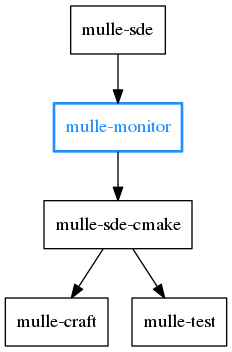
Before: dox/mulle-monitor-overview.png, a diagram exported from Graphviz (mulle-sde/mulle-match). Its source is kept beside it as dox/mulle-monitor-overview.dot.
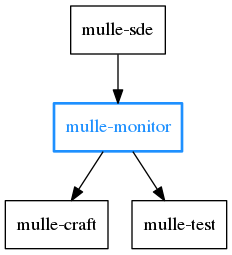
After the commit.

Change to the diagram source:
```diff
@@ -8,13 +8,9 @@
         label = "Language agnostic";
 
         "mulle-sde"       -> "mulle-monitor"
-        "mulle-monitor"   -> "mulle-sde-cmake"
-        "mulle-sde-cmake" -> "mulle-craft"
-        "mulle-sde-cmake" -> "mulle-test"
+        "mulle-monitor"   -> "mulle-craft"
+        "mulle-monitor"   -> "mulle-test"
 
         "mulle-monitor"   [ color="dodgerblue"; fontcolor="dodgerblue"; penwidth="2"]
-        "mulle-sde-cmake"   [ label="mulle-sde-cmake" ];
-        "mulle-test"  [ label="{ mulle-test }"];
-        "mulle-craft" [ label="{ mulle-craft }"];
     }
 }
```
